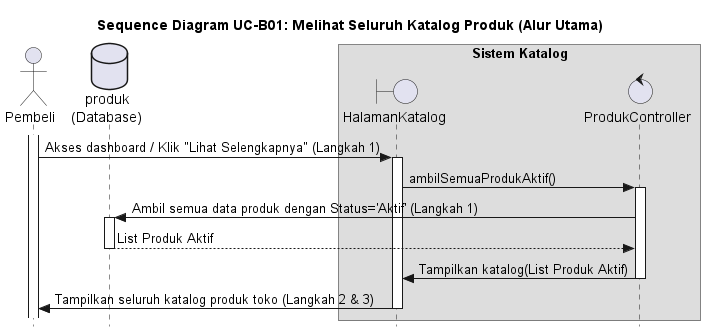
The PlantUML diagram out/UC-B01/SD-UC-B01_MelihatKatalog.png in alfiahnurfa/RSI-PROYEK-AKHIR-SEQUENCE, before a commit. Source of this version:
```plantuml
@startuml SD-UC-B01_MelihatKatalog
title Sequence Diagram UC-B01: Melihat Seluruh Katalog Produk (Alur Utama)
skinparam style strictuml

actor Pembeli
boundary HalamanKatalog
control ProdukController
database produk as "produk\n(Database)"

box "Sistem Katalog"
    participant HalamanKatalog
    participant ProdukController
end box

activate Pembeli
Pembeli -> HalamanKatalog : Akses dashboard / Klik "Lihat Selengkapnya" (Langkah 1)
activate HalamanKatalog

HalamanKatalog -> ProdukController : ambilSemuaProdukAktif()
activate ProdukController

ProdukController -> produk : Ambil semua data produk dengan Status='Aktif' (Langkah 1)
activate produk
return List Produk Aktif

ProdukController -> HalamanKatalog : Tampilkan katalog(List Produk Aktif)
deactivate ProdukController

HalamanKatalog -> Pembeli : Tampilkan seluruh katalog produk toko (Langkah 2 & 3)
deactivate HalamanKatalog
deactivate produk

@enduml
```
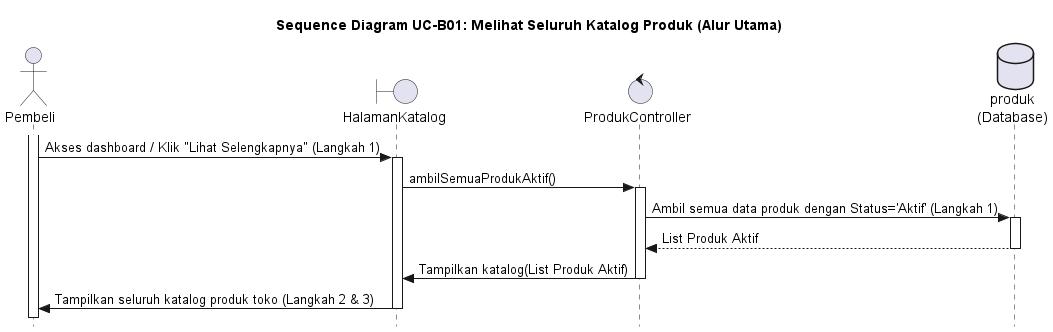
The same diagram one commit later.

Diff of the diagram source:
```diff
@@ -7,10 +7,6 @@
 control ProdukController
 database produk as "produk\n(Database)"
 
-box "Sistem Katalog"
-    participant HalamanKatalog
-    participant ProdukController
-end box
 
 activate Pembeli
 Pembeli -> HalamanKatalog : Akses dashboard / Klik "Lihat Selengkapnya" (Langkah 1)
```
